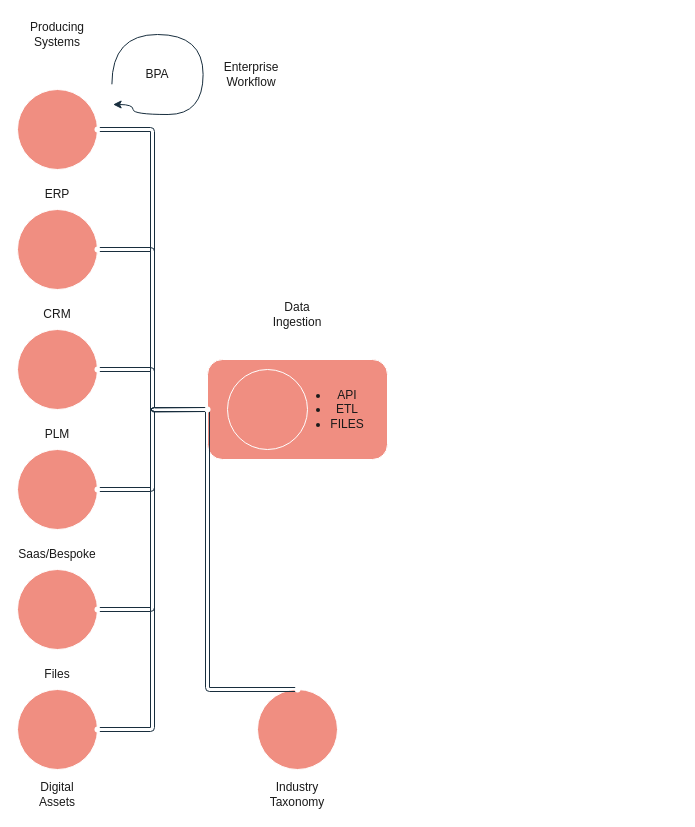
Earlier version of the draw.io diagram Data Lifecycle.drawio (bellateixeira/bellateixeira). Source tidied: cells renumbered, new cells numbered last; positions are measured from the earlier drawing's top-left corner, leaving out a move shared by most shapes. Both pictures are drawn from the tidied source at 100%, with x=0, y=0 at pixel (17, 19).
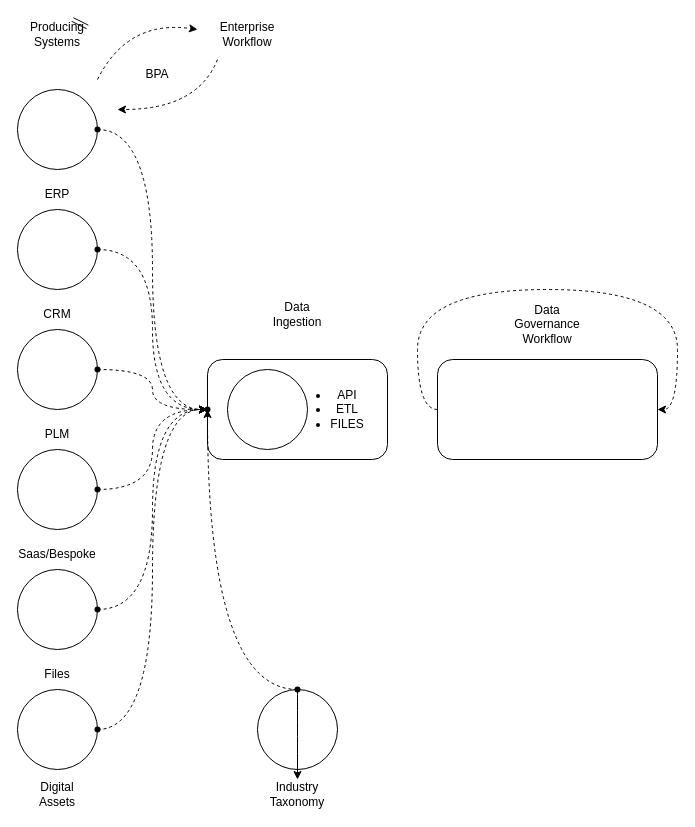
The same diagram, later.

Commit message:
Update Data Lifecycle.drawio with flow animation

Diff of the diagram source:
```diff
@@
-    <mxCell id="2" style="rounded=1;whiteSpace=wrap;html=1;labelBackgroundColor=none;fillColor=#F08E81;strokeColor=#FFFFFF;fontColor=#1A1A1A;" parent="1" vertex="1">
+    <mxCell id="2" style="rounded=1;whiteSpace=wrap;html=1;labelBackgroundColor=none;" parent="1" vertex="1">
       <mxGeometry x="190" y="340" width="180" height="100" as="geometry" />
     </mxCell>
-    <mxCell id="3" style="ellipse;whiteSpace=wrap;html=1;rounded=1;labelBackgroundColor=none;fillColor=#F08E81;strokeColor=#FFFFFF;fontColor=#1A1A1A;" parent="1" vertex="1">
+    <mxCell id="3" style="ellipse;whiteSpace=wrap;html=1;rounded=1;labelBackgroundColor=none;" parent="1" vertex="1">
       <mxGeometry y="70" width="80" height="80" as="geometry" />
     </mxCell>
-    <mxCell id="4" style="edgeStyle=orthogonalEdgeStyle;curved=1;rounded=1;jettySize=auto;html=1;exitX=1;exitY=0.5;exitDx=0;exitDy=0;entryX=0;entryY=0.5;entryDx=0;entryDy=0;shape=link;labelBackgroundColor=none;strokeColor=#182E3E;fontColor=default;" parent="1" edge="1" source="5" target="2">
+    <mxCell id="4" style="edgeStyle=orthogonalEdgeStyle;curved=1;rounded=1;jettySize=auto;html=1;exitX=1;exitY=0.5;exitDx=0;exitDy=0;entryX=0;entryY=0.5;entryDx=0;entryDy=0;labelBackgroundColor=none;fontColor=default;flowAnimation=1;dashed=1;" parent="1" edge="1" source="5" target="2">
       <mxGeometry relative="1" as="geometry" />
     </mxCell>
-    <mxCell id="5" style="ellipse;whiteSpace=wrap;html=1;rounded=1;labelBackgroundColor=none;fillColor=#F08E81;strokeColor=#FFFFFF;fontColor=#1A1A1A;" parent="1" vertex="1">
+    <mxCell id="5" style="ellipse;whiteSpace=wrap;html=1;rounded=1;labelBackgroundColor=none;" parent="1" vertex="1">
       <mxGeometry y="190" width="80" height="80" as="geometry" />
     </mxCell>
-    <mxCell id="6" style="edgeStyle=orthogonalEdgeStyle;curved=1;rounded=1;jettySize=auto;html=1;exitX=1;exitY=0.5;exitDx=0;exitDy=0;shape=link;labelBackgroundColor=none;strokeColor=#182E3E;fontColor=default;" parent="1" edge="1" source="7">
+    <mxCell id="6" style="edgeStyle=orthogonalEdgeStyle;curved=1;rounded=1;jettySize=auto;html=1;exitX=1;exitY=0.5;exitDx=0;exitDy=0;labelBackgroundColor=none;fontColor=default;flowAnimation=1;dashed=1;" parent="1" edge="1" source="7">
       <mxGeometry relative="1" as="geometry">
         <mxPoint x="190" y="390" as="targetPoint" />
       </mxGeometry>
     </mxCell>
-    <mxCell id="7" style="ellipse;whiteSpace=wrap;html=1;rounded=1;labelBackgroundColor=none;fillColor=#F08E81;strokeColor=#FFFFFF;fontColor=#1A1A1A;" parent="1" vertex="1">
+    <mxCell id="7" style="ellipse;whiteSpace=wrap;html=1;rounded=1;labelBackgroundColor=none;" parent="1" vertex="1">
       <mxGeometry y="310" width="80" height="80" as="geometry" />
     </mxCell>
-    <mxCell id="8" style="edgeStyle=orthogonalEdgeStyle;curved=1;rounded=1;jettySize=auto;html=1;exitX=1;exitY=0.5;exitDx=0;exitDy=0;entryX=0;entryY=0.5;entryDx=0;entryDy=0;shape=link;labelBackgroundColor=none;strokeColor=#182E3E;fontColor=default;" parent="1" edge="1" source="9" target="2">
+    <mxCell id="8" style="edgeStyle=orthogonalEdgeStyle;curved=1;rounded=1;jettySize=auto;html=1;exitX=1;exitY=0.5;exitDx=0;exitDy=0;entryX=0;entryY=0.5;entryDx=0;entryDy=0;labelBackgroundColor=none;fontColor=default;flowAnimation=1;dashed=1;" parent="1" edge="1" source="9" target="2">
       <mxGeometry relative="1" as="geometry" />
     </mxCell>
-    <mxCell id="9" style="ellipse;whiteSpace=wrap;html=1;rounded=1;labelBackgroundColor=none;fillColor=#F08E81;strokeColor=#FFFFFF;fontColor=#1A1A1A;" parent="1" vertex="1">
+    <mxCell id="9" style="ellipse;whiteSpace=wrap;html=1;rounded=1;labelBackgroundColor=none;" parent="1" vertex="1">
       <mxGeometry y="430" width="80" height="80" as="geometry" />
     </mxCell>
-    <mxCell id="10" style="edgeStyle=orthogonalEdgeStyle;curved=1;rounded=1;jettySize=auto;html=1;exitX=1;exitY=0.5;exitDx=0;exitDy=0;entryX=0;entryY=0.5;entryDx=0;entryDy=0;shape=link;labelBackgroundColor=none;strokeColor=#182E3E;fontColor=default;" parent="1" edge="1" source="11" target="2">
+    <mxCell id="10" style="edgeStyle=orthogonalEdgeStyle;curved=1;rounded=1;jettySize=auto;html=1;exitX=1;exitY=0.5;exitDx=0;exitDy=0;entryX=0;entryY=0.5;entryDx=0;entryDy=0;labelBackgroundColor=none;fontColor=default;flowAnimation=1;dashed=1;" parent="1" edge="1" source="11" target="2">
       <mxGeometry relative="1" as="geometry" />
     </mxCell>
-    <mxCell id="11" style="ellipse;whiteSpace=wrap;html=1;rounded=1;labelBackgroundColor=none;fillColor=#F08E81;strokeColor=#FFFFFF;fontColor=#1A1A1A;" parent="1" vertex="1">
+    <mxCell id="11" style="ellipse;whiteSpace=wrap;html=1;rounded=1;labelBackgroundColor=none;" parent="1" vertex="1">
       <mxGeometry y="550" width="80" height="80" as="geometry" />
     </mxCell>
-    <mxCell id="12" style="edgeStyle=orthogonalEdgeStyle;curved=1;rounded=1;jettySize=auto;html=1;exitX=1;exitY=0.5;exitDx=0;exitDy=0;entryX=0;entryY=0.5;entryDx=0;entryDy=0;shape=link;labelBackgroundColor=none;strokeColor=#182E3E;fontColor=default;" parent="1" edge="1" source="13" target="2">
+    <mxCell id="12" style="edgeStyle=orthogonalEdgeStyle;curved=1;rounded=1;jettySize=auto;html=1;exitX=1;exitY=0.5;exitDx=0;exitDy=0;entryX=0;entryY=0.5;entryDx=0;entryDy=0;labelBackgroundColor=none;fontColor=default;flowAnimation=1;dashed=1;" parent="1" edge="1" source="13" target="2">
       <mxGeometry relative="1" as="geometry" />
     </mxCell>
-    <mxCell id="13" style="ellipse;whiteSpace=wrap;html=1;rounded=1;labelBackgroundColor=none;fillColor=#F08E81;strokeColor=#FFFFFF;fontColor=#1A1A1A;" parent="1" vertex="1">
+    <mxCell id="13" style="ellipse;whiteSpace=wrap;html=1;rounded=1;labelBackgroundColor=none;" parent="1" vertex="1">
       <mxGeometry y="670" width="80" height="80" as="geometry" />
     </mxCell>
-    <mxCell id="14" value="Producing Systems" style="text;strokeColor=none;align=center;fillColor=none;html=1;verticalAlign=middle;whiteSpace=wrap;rounded=1;labelBackgroundColor=none;fontColor=#1A1A1A;" parent="1" vertex="1">
+    <mxCell id="14" value="Producing Systems" style="text;strokeColor=none;align=center;fillColor=none;html=1;verticalAlign=middle;whiteSpace=wrap;rounded=1;labelBackgroundColor=none;" parent="1" vertex="1">
       <mxGeometry x="10" width="60" height="30" as="geometry" />
     </mxCell>
-    <mxCell id="15" style="ellipse;whiteSpace=wrap;html=1;rounded=1;labelBackgroundColor=none;fillColor=#F08E81;strokeColor=#FFFFFF;fontColor=#1A1A1A;" parent="1" vertex="1">
+    <mxCell id="15" style="ellipse;whiteSpace=wrap;html=1;rounded=1;labelBackgroundColor=none;" parent="1" vertex="1">
       <mxGeometry x="210" y="350" width="80" height="80" as="geometry" />
     </mxCell>
-    <mxCell id="16" value="&lt;ul&gt;&lt;li&gt;API&lt;/li&gt;&lt;li&gt;ETL&lt;/li&gt;&lt;li&gt;FILES&lt;/li&gt;&lt;/ul&gt;" style="text;strokeColor=none;align=center;fillColor=none;html=1;verticalAlign=middle;whiteSpace=wrap;rounded=1;labelBackgroundColor=none;fontColor=#1A1A1A;" parent="1" vertex="1">
+    <mxCell id="16" value="&lt;ul&gt;&lt;li&gt;API&lt;/li&gt;&lt;li&gt;ETL&lt;/li&gt;&lt;li&gt;FILES&lt;/li&gt;&lt;/ul&gt;" style="text;strokeColor=none;align=center;fillColor=none;html=1;verticalAlign=middle;whiteSpace=wrap;rounded=1;labelBackgroundColor=none;" parent="1" vertex="1">
       <mxGeometry x="260" y="365" width="100" height="50" as="geometry" />
     </mxCell>
-    <mxCell id="17" value="Data Ingestion" style="text;strokeColor=none;align=center;fillColor=none;html=1;verticalAlign=middle;whiteSpace=wrap;rounded=1;labelBackgroundColor=none;fontColor=#1A1A1A;" parent="1" vertex="1">
+    <mxCell id="17" value="Data Ingestion" style="text;strokeColor=none;align=center;fillColor=none;html=1;verticalAlign=middle;whiteSpace=wrap;rounded=1;labelBackgroundColor=none;" parent="1" vertex="1">
       <mxGeometry x="250" y="280" width="60" height="30" as="geometry" />
     </mxCell>
-    <mxCell id="18" style="edgeStyle=orthogonalEdgeStyle;curved=1;rounded=1;jettySize=auto;html=1;exitX=1;exitY=0.5;exitDx=0;exitDy=0;entryX=0;entryY=0.5;entryDx=0;entryDy=0;shape=link;shadow=0;labelBackgroundColor=none;strokeColor=#182E3E;fontColor=default;" parent="1" edge="1" source="3" target="2">
+    <mxCell id="18" style="edgeStyle=orthogonalEdgeStyle;curved=1;rounded=1;jettySize=auto;html=1;exitX=1;exitY=0.5;exitDx=0;exitDy=0;entryX=0;entryY=0.5;entryDx=0;entryDy=0;shadow=0;labelBackgroundColor=none;fontColor=default;flowAnimation=1;dashed=1;" parent="1" edge="1" source="3" target="2">
       <mxGeometry relative="1" as="geometry" />
     </mxCell>
-    <mxCell id="19" style="edgeStyle=orthogonalEdgeStyle;curved=1;rounded=1;jettySize=auto;html=1;exitDx=0;exitDy=0;entryX=0;entryY=0.5;entryDx=0;entryDy=0;shape=link;labelBackgroundColor=none;strokeColor=#182E3E;fontColor=default;" parent="1" edge="1" source="36" target="2">
+    <mxCell id="19" style="edgeStyle=orthogonalEdgeStyle;curved=1;rounded=1;jettySize=auto;html=1;exitDx=0;exitDy=0;entryX=0;entryY=0.5;entryDx=0;entryDy=0;shape=link;labelBackgroundColor=none;fontColor=default;flowAnimation=1;" parent="1" edge="1" source="36" target="2">
       <mxGeometry relative="1" as="geometry" />
     </mxCell>
-    <mxCell id="20" style="ellipse;whiteSpace=wrap;html=1;rounded=1;labelBackgroundColor=none;fillColor=#F08E81;strokeColor=#FFFFFF;fontColor=#1A1A1A;" parent="1" vertex="1">
+    <mxCell id="20" style="ellipse;whiteSpace=wrap;html=1;rounded=1;labelBackgroundColor=none;" parent="1" vertex="1">
       <mxGeometry x="240" y="670" width="80" height="80" as="geometry" />
     </mxCell>
-    <mxCell id="21" value="ERP" style="text;strokeColor=none;align=center;fillColor=none;html=1;verticalAlign=middle;whiteSpace=wrap;rounded=1;labelBackgroundColor=none;fontColor=#1A1A1A;" parent="1" vertex="1">
+    <mxCell id="21" value="ERP" style="text;strokeColor=none;align=center;fillColor=none;html=1;verticalAlign=middle;whiteSpace=wrap;rounded=1;labelBackgroundColor=none;" parent="1" vertex="1">
       <mxGeometry x="10" y="160" width="60" height="30" as="geometry" />
     </mxCell>
-    <mxCell id="22" value="CRM" style="text;strokeColor=none;align=center;fillColor=none;html=1;verticalAlign=middle;whiteSpace=wrap;rounded=1;labelBackgroundColor=none;fontColor=#1A1A1A;" parent="1" vertex="1">
+    <mxCell id="22" value="CRM" style="text;strokeColor=none;align=center;fillColor=none;html=1;verticalAlign=middle;whiteSpace=wrap;rounded=1;labelBackgroundColor=none;" parent="1" vertex="1">
       <mxGeometry x="10" y="280" width="60" height="30" as="geometry" />
     </mxCell>
-    <mxCell id="23" value="PLM" style="text;strokeColor=none;align=center;fillColor=none;html=1;verticalAlign=middle;whiteSpace=wrap;rounded=1;labelBackgroundColor=none;fontColor=#1A1A1A;" parent="1" vertex="1">
+    <mxCell id="23" value="PLM" style="text;strokeColor=none;align=center;fillColor=none;html=1;verticalAlign=middle;whiteSpace=wrap;rounded=1;labelBackgroundColor=none;" parent="1" vertex="1">
       <mxGeometry x="10" y="400" width="60" height="30" as="geometry" />
     </mxCell>
-    <mxCell id="24" value="Saas/Bespoke" style="text;strokeColor=none;align=center;fillColor=none;html=1;verticalAlign=middle;whiteSpace=wrap;rounded=1;labelBackgroundColor=none;fontColor=#1A1A1A;" parent="1" vertex="1">
+    <mxCell id="24" value="Saas/Bespoke" style="text;strokeColor=none;align=center;fillColor=none;html=1;verticalAlign=middle;whiteSpace=wrap;rounded=1;labelBackgroundColor=none;" parent="1" vertex="1">
       <mxGeometry x="10" y="520" width="60" height="30" as="geometry" />
     </mxCell>
-    <mxCell id="25" value="Files" style="text;strokeColor=none;align=center;fillColor=none;html=1;verticalAlign=middle;whiteSpace=wrap;rounded=1;labelBackgroundColor=none;fontColor=#1A1A1A;" parent="1" vertex="1">
+    <mxCell id="25" value="Files" style="text;strokeColor=none;align=center;fillColor=none;html=1;verticalAlign=middle;whiteSpace=wrap;rounded=1;labelBackgroundColor=none;" parent="1" vertex="1">
       <mxGeometry x="10" y="640" width="60" height="30" as="geometry" />
     </mxCell>
-    <mxCell id="26" value="Digital Assets" style="text;strokeColor=none;align=center;fillColor=none;html=1;verticalAlign=middle;whiteSpace=wrap;rounded=1;labelBackgroundColor=none;fontColor=#1A1A1A;" parent="1" vertex="1">
+    <mxCell id="26" value="Digital Assets" style="text;strokeColor=none;align=center;fillColor=none;html=1;verticalAlign=middle;whiteSpace=wrap;rounded=1;labelBackgroundColor=none;" parent="1" vertex="1">
       <mxGeometry x="10" y="760" width="60" height="30" as="geometry" />
     </mxCell>
-    <mxCell id="27" value="Industry Taxonomy" style="text;strokeColor=none;align=center;fillColor=none;html=1;verticalAlign=middle;whiteSpace=wrap;rounded=1;labelBackgroundColor=none;fontColor=#1A1A1A;" parent="1" vertex="1">
+    <mxCell id="27" value="Industry Taxonomy" style="text;strokeColor=none;align=center;fillColor=none;html=1;verticalAlign=middle;whiteSpace=wrap;rounded=1;labelBackgroundColor=none;" parent="1" vertex="1">
       <mxGeometry x="250" y="760" width="60" height="30" as="geometry" />
     </mxCell>
-    <mxCell id="28" value="BPA" style="text;strokeColor=none;align=center;fillColor=none;html=1;verticalAlign=middle;whiteSpace=wrap;rounded=1;labelBackgroundColor=none;fontColor=#1A1A1A;" parent="1" vertex="1">
+    <mxCell id="28" value="BPA" style="text;strokeColor=none;align=center;fillColor=none;html=1;verticalAlign=middle;whiteSpace=wrap;rounded=1;labelBackgroundColor=none;" parent="1" vertex="1">
       <mxGeometry x="110" y="40" width="60" height="30" as="geometry" />
     </mxCell>
-    <mxCell id="29" style="shape=waypoint;fillStyle=solid;size=6;fillColor=none;perimeter=centerPerimeter;rounded=1;labelBackgroundColor=none;strokeColor=#FFFFFF;fontColor=#1A1A1A;" parent="1" vertex="1">
+    <mxCell id="29" style="shape=waypoint;fillStyle=solid;size=6;fillColor=none;perimeter=centerPerimeter;rounded=1;labelBackgroundColor=none;" parent="1" vertex="1">
       <mxGeometry x="70" y="100" width="20" height="20" as="geometry" />
     </mxCell>
-    <mxCell id="30" style="shape=waypoint;fillStyle=solid;size=6;fillColor=none;perimeter=centerPerimeter;rounded=1;labelBackgroundColor=none;strokeColor=#FFFFFF;fontColor=#1A1A1A;" parent="1" vertex="1">
+    <mxCell id="30" style="shape=waypoint;fillStyle=solid;size=6;fillColor=none;perimeter=centerPerimeter;rounded=1;labelBackgroundColor=none;" parent="1" vertex="1">
       <mxGeometry x="70" y="220" width="20" height="20" as="geometry" />
     </mxCell>
-    <mxCell id="31" style="shape=waypoint;fillStyle=solid;size=6;fillColor=none;perimeter=centerPerimeter;rounded=1;labelBackgroundColor=none;strokeColor=#FFFFFF;fontColor=#1A1A1A;" parent="1" vertex="1">
+    <mxCell id="31" style="shape=waypoint;fillStyle=solid;size=6;fillColor=none;perimeter=centerPerimeter;rounded=1;labelBackgroundColor=none;" parent="1" vertex="1">
       <mxGeometry x="70" y="340" width="20" height="20" as="geometry" />
     </mxCell>
-    <mxCell id="32" style="shape=waypoint;fillStyle=solid;size=6;fillColor=none;perimeter=centerPerimeter;rounded=1;labelBackgroundColor=none;strokeColor=#FFFFFF;fontColor=#1A1A1A;" parent="1" vertex="1">
+    <mxCell id="32" style="shape=waypoint;fillStyle=solid;size=6;fillColor=none;perimeter=centerPerimeter;rounded=1;labelBackgroundColor=none;" parent="1" vertex="1">
       <mxGeometry x="70" y="460" width="20" height="20" as="geometry" />
     </mxCell>
-    <mxCell id="33" style="shape=waypoint;fillStyle=solid;size=6;fillColor=none;perimeter=centerPerimeter;rounded=1;labelBackgroundColor=none;strokeColor=#FFFFFF;fontColor=#1A1A1A;" parent="1" vertex="1">
+    <mxCell id="33" style="shape=waypoint;fillStyle=solid;size=6;fillColor=none;perimeter=centerPerimeter;rounded=1;labelBackgroundColor=none;" parent="1" vertex="1">
       <mxGeometry x="70" y="580" width="20" height="20" as="geometry" />
     </mxCell>
-    <mxCell id="34" style="shape=waypoint;fillStyle=solid;size=6;fillColor=none;perimeter=centerPerimeter;rounded=1;labelBackgroundColor=none;strokeColor=#FFFFFF;fontColor=#1A1A1A;" parent="1" vertex="1">
+    <mxCell id="34" style="shape=waypoint;fillStyle=solid;size=6;fillColor=none;perimeter=centerPerimeter;rounded=1;labelBackgroundColor=none;" parent="1" vertex="1">
       <mxGeometry x="70" y="700" width="20" height="20" as="geometry" />
     </mxCell>
-    <mxCell id="35" style="edgeStyle=orthogonalEdgeStyle;curved=1;rounded=1;jettySize=auto;html=1;exitDx=0;exitDy=0;entryDx=0;entryDy=0;shape=link;labelBackgroundColor=none;strokeColor=#182E3E;fontColor=default;" parent="1" edge="1" source="38" target="36">
+    <mxCell id="35" style="edgeStyle=orthogonalEdgeStyle;curved=1;rounded=1;jettySize=auto;html=1;exitDx=0;exitDy=0;entryDx=0;entryDy=0;labelBackgroundColor=none;fontColor=default;flowAnimation=1;dashed=1;" parent="1" edge="1" source="38" target="36">
       <mxGeometry relative="1" as="geometry" />
     </mxCell>
-    <mxCell id="36" style="shape=waypoint;fillStyle=solid;size=6;points=[];fillColor=none;perimeter=centerPerimeter;snapToPoint=1;rounded=1;labelBackgroundColor=none;strokeColor=#FFFFFF;fontColor=#1A1A1A;" parent="1" vertex="1">
+    <mxCell id="36" style="shape=waypoint;fillStyle=solid;size=6;points=[];fillColor=none;perimeter=centerPerimeter;snapToPoint=1;rounded=1;labelBackgroundColor=none;" parent="1" vertex="1">
       <mxGeometry x="180" y="380" width="20" height="20" as="geometry" />
     </mxCell>
-    <mxCell id="37" style="edgeStyle=orthogonalEdgeStyle;curved=1;rounded=1;jettySize=auto;html=1;exitX=0.5;exitY=0;exitDx=0;exitDy=0;entryDx=0;entryDy=0;shape=link;labelBackgroundColor=none;strokeColor=#182E3E;fontColor=default;" parent="1" edge="1" source="20" target="38">
+    <mxCell id="37" style="edgeStyle=orthogonalEdgeStyle;curved=1;rounded=1;jettySize=auto;html=1;exitX=0.5;exitY=0;exitDx=0;exitDy=0;entryDx=0;entryDy=0;shape=link;labelBackgroundColor=none;fontColor=default;flowAnimation=1;" parent="1" edge="1" source="20" target="38">
       <mxGeometry relative="1" as="geometry" />
     </mxCell>
+    <mxCell id="41" style="edgeStyle=orthogonalEdgeStyle;curved=1;rounded=0;jettySize=auto;html=1;fontColor=default;labelBackgroundColor=none;flowAnimation=1;" parent="1" edge="1" source="38" target="27">
+      <mxGeometry relative="1" as="geometry" />
+    </mxCell>
-    <mxCell id="38" style="shape=waypoint;fillStyle=solid;size=6;points=[];fillColor=none;perimeter=centerPerimeter;snapToPoint=1;rounded=1;labelBackgroundColor=none;strokeColor=#FFFFFF;fontColor=#1A1A1A;" parent="1" vertex="1">
+    <mxCell id="38" style="shape=waypoint;fillStyle=solid;size=6;points=[];fillColor=none;perimeter=centerPerimeter;snapToPoint=1;rounded=1;labelBackgroundColor=none;" parent="1" vertex="1">
       <mxGeometry x="270" y="660" width="20" height="20" as="geometry" />
     </mxCell>
-    <mxCell id="39" style="edgeStyle=orthogonalEdgeStyle;curved=1;rounded=1;orthogonalLoop=1;jettySize=auto;html=1;labelBackgroundColor=none;strokeColor=#182E3E;fontColor=default;" parent="1" edge="1">
-      <mxGeometry relative="1" as="geometry">
-        <mxPoint x="94.4" y="64.8" as="sourcePoint" />
-        <mxPoint x="95.6" y="85" as="targetPoint" />
-        <Array as="points">
-          <mxPoint x="94.6" y="15" />
-          <mxPoint x="185.6" y="15" />
-          <mxPoint x="185.6" y="95" />
-          <mxPoint x="115.6" y="95" />
-          <mxPoint x="115.6" y="85" />
-        </Array>
-      </mxGeometry>
-    </mxCell>
-    <mxCell id="40" value="Enterprise Workflow" style="text;strokeColor=none;align=center;fillColor=none;html=1;verticalAlign=middle;whiteSpace=wrap;rounded=1;labelBackgroundColor=none;fontColor=#1A1A1A;" parent="1" vertex="1">
-      <mxGeometry x="204" y="40" width="60" height="30" as="geometry" />
+    <mxCell id="40" value="Enterprise Workflow" style="text;strokeColor=none;align=center;fillColor=none;html=1;verticalAlign=middle;whiteSpace=wrap;rounded=1;labelBackgroundColor=none;" parent="1" vertex="1">
+      <mxGeometry x="200" width="60" height="30" as="geometry" />
     </mxCell>
+    <mxCell id="42" style="rounded=1;whiteSpace=wrap;html=1;labelBackgroundColor=none;" parent="1" vertex="1">
+      <mxGeometry x="420" y="340" width="220" height="100" as="geometry" />
+    </mxCell>
+    <mxCell id="43" style="edgeStyle=orthogonalEdgeStyle;curved=1;rounded=0;orthogonalLoop=1;jettySize=auto;html=1;exitX=0;exitY=0.5;exitDx=0;exitDy=0;entryX=1;entryY=0.5;entryDx=0;entryDy=0;fontColor=default;dashed=1;flowAnimation=1;labelBackgroundColor=none;" parent="1" edge="1" source="42" target="42">
+      <mxGeometry relative="1" as="geometry">
+        <Array as="points">
+          <mxPoint x="400" y="390" />
+          <mxPoint x="400" y="270" />
+          <mxPoint x="660" y="270" />
+          <mxPoint x="660" y="390" />
+        </Array>
+      </mxGeometry>
+    </mxCell>
+    <mxCell id="44" value="Data Governance Workflow" style="text;strokeColor=none;align=center;fillColor=none;html=1;verticalAlign=middle;whiteSpace=wrap;rounded=1;labelBackgroundColor=none;" parent="1" vertex="1">
+      <mxGeometry x="500" y="290" width="60" height="30" as="geometry" />
+    </mxCell>
+    <mxCell id="45" style="endArrow=classic;html=1;curved=1;dashed=1;flowAnimation=1;" parent="1" edge="1">
+      <mxGeometry relative="1" as="geometry">
+        <mxPoint x="200" y="40" as="sourcePoint" />
+        <mxPoint x="100" y="90" as="targetPoint" />
+        <Array as="points">
+          <mxPoint x="180" y="90" />
+        </Array>
+      </mxGeometry>
+    </mxCell>
+    <mxCell id="46" style="endArrow=classic;html=1;dashed=1;curved=1;flowAnimation=1;" parent="1" edge="1">
+      <mxGeometry relative="1" as="geometry">
+        <mxPoint x="80" y="60" as="sourcePoint" />
+        <mxPoint x="180" y="10" as="targetPoint" />
+        <Array as="points">
+          <mxPoint x="110" />
+        </Array>
+      </mxGeometry>
+    </mxCell>
+    <mxCell id="47" style="edgeStyle=none;shape=link;rounded=0;orthogonalLoop=1;jettySize=auto;html=1;exitX=1;exitY=0.25;exitDx=0;exitDy=0;entryX=0.75;entryY=0;entryDx=0;entryDy=0;" parent="1" edge="1" source="14" target="14">
+      <mxGeometry relative="1" as="geometry" />
+    </mxCell>
```
